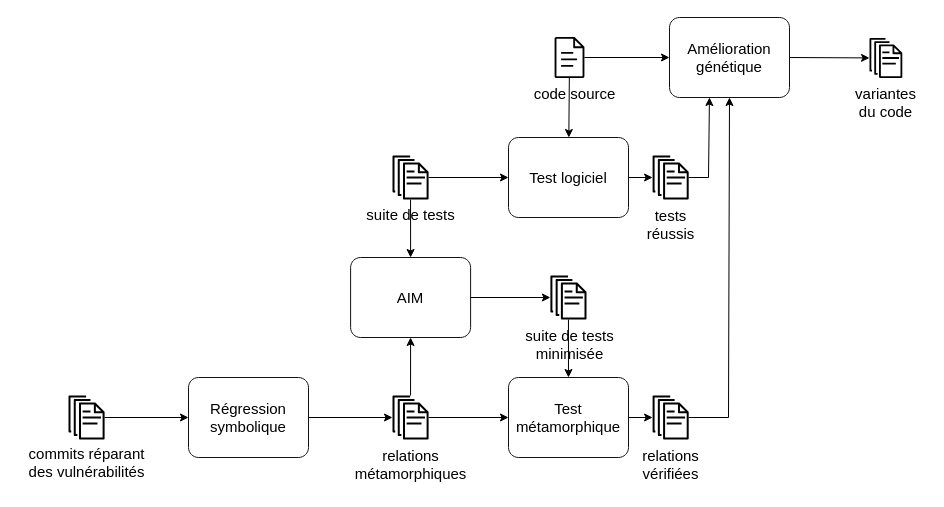
yoann-marquer/Diagrams keeps this draw.io diagram as researchProject2025.drawio. Above is the earlier version. Source tidied: cells renumbered, new cells numbered last; positions are measured from the earlier drawing's top-left corner, leaving out a move shared by most shapes. Both pictures are drawn from the tidied source at 100%, with x=0, y=0 at pixel (16, 17).
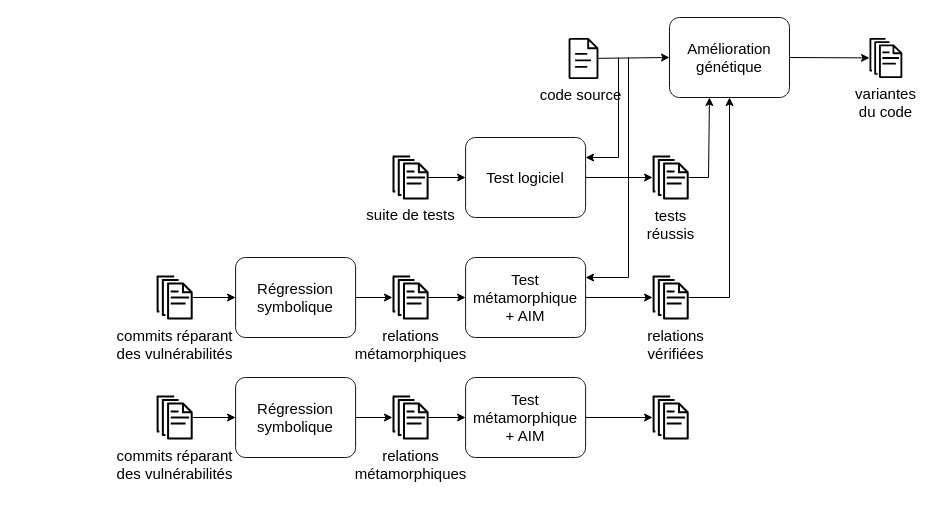
After the change.

The change refers to these unchanged cells:
```xml
<mxCell id="3" value="&lt;div&gt;Amélioration&lt;/div&gt;&lt;div&gt;génétique&lt;/div&gt;" style="points=[[0.25,0,0],[0.5,0,0],[0.75,0,0],[1,0.25,0],[1,0.5,0],[1,0.75,0],[0.75,1,0],[0.5,1,0],[0.25,1,0],[0,0.75,0],[0,0.5,0],[0,0.25,0]];shape=mxgraph.bpmn.task;whiteSpace=wrap;rectStyle=rounded;size=10;html=1;taskMarker=abstract;strokeColor=#121212;fontSize=15;fillColor=#FFFFFF;" parent="1" vertex="1">
  <mxGeometry x="653" width="120" height="80" as="geometry" />
</mxCell>
<mxCell id="10" style="sketch=0;outlineConnect=0;fontColor=#232F3E;gradientColor=none;fillColor=#000000;strokeColor=none;dashed=0;verticalLabelPosition=bottom;verticalAlign=top;align=center;html=1;fontSize=12;fontStyle=0;shape=mxgraph.aws4.documents;" parent="1" vertex="1">
  <mxGeometry x="376" y="138" width="36.1" height="44" as="geometry" />
</mxCell>
```

What changed in the source:
```diff
@@
     <mxCell id="2" style="sketch=0;outlineConnect=0;fontColor=#232F3E;gradientColor=none;fillColor=light-dark(#000000, #bec8d4);strokeColor=none;dashed=0;verticalLabelPosition=bottom;verticalAlign=top;align=center;html=1;fontSize=12;fontStyle=0;shape=mxgraph.aws4.document;" parent="1" vertex="1">
-      <mxGeometry x="538" y="19.5" width="30" height="41" as="geometry" />
+      <mxGeometry x="552" y="20.5" width="30" height="41" as="geometry" />
     </mxCell>
@@
     <mxCell id="7" value="code source" style="text;html=1;align=center;verticalAlign=middle;strokeColor=none;fillColor=none;fontSize=15;" parent="1" vertex="1">
-      <mxGeometry x="503" y="60.5" width="110" height="30" as="geometry" />
+      <mxGeometry x="509.1" y="61.5" width="110" height="30" as="geometry" />
     </mxCell>
@@
     <mxCell id="9" value="Test logiciel" style="points=[[0.25,0,0],[0.5,0,0],[0.75,0,0],[1,0.25,0],[1,0.5,0],[1,0.75,0],[0.75,1,0],[0.5,1,0],[0.25,1,0],[0,0.75,0],[0,0.5,0],[0,0.25,0]];shape=mxgraph.bpmn.task;whiteSpace=wrap;rectStyle=rounded;size=10;html=1;taskMarker=abstract;strokeColor=#121212;fontSize=15;fillColor=#FFFFFF;" parent="1" vertex="1">
-      <mxGeometry x="492" y="120" width="120" height="80" as="geometry" />
+      <mxGeometry x="449.1" y="120" width="120" height="80" as="geometry" />
     </mxCell>
@@
-    <mxCell id="13" value="Test métamorphique" style="points=[[0.25,0,0],[0.5,0,0],[0.75,0,0],[1,0.25,0],[1,0.5,0],[1,0.75,0],[0.75,1,0],[0.5,1,0],[0.25,1,0],[0,0.75,0],[0,0.5,0],[0,0.25,0]];shape=mxgraph.bpmn.task;whiteSpace=wrap;rectStyle=rounded;size=10;html=1;taskMarker=abstract;strokeColor=#121212;fontSize=15;fillColor=#FFFFFF;" parent="1" vertex="1">
-      <mxGeometry x="492" y="360" width="120" height="80" as="geometry" />
+    <mxCell id="13" value="Test métamorphique&lt;br&gt;+ AIM" style="points=[[0.25,0,0],[0.5,0,0],[0.75,0,0],[1,0.25,0],[1,0.5,0],[1,0.75,0],[0.75,1,0],[0.5,1,0],[0.25,1,0],[0,0.75,0],[0,0.5,0],[0,0.25,0]];shape=mxgraph.bpmn.task;whiteSpace=wrap;rectStyle=rounded;size=10;html=1;taskMarker=abstract;strokeColor=#121212;fontSize=15;fillColor=#FFFFFF;" parent="1" vertex="1">
+      <mxGeometry x="449.1" y="240" width="120" height="80" as="geometry" />
     </mxCell>
     <mxCell id="14" style="sketch=0;outlineConnect=0;fontColor=#232F3E;gradientColor=none;fillColor=#000000;strokeColor=none;dashed=0;verticalLabelPosition=bottom;verticalAlign=top;align=center;html=1;fontSize=12;fontStyle=0;shape=mxgraph.aws4.documents;" parent="1" vertex="1">
-      <mxGeometry x="376" y="378" width="36.1" height="44" as="geometry" />
+      <mxGeometry x="376" y="258" width="36.1" height="44" as="geometry" />
     </mxCell>
@@
     <mxCell id="16" value="&lt;div&gt;relations&lt;/div&gt;&lt;div&gt;métamorphiques&lt;/div&gt;" style="text;html=1;align=center;verticalAlign=middle;strokeColor=none;fillColor=none;fontSize=15;" parent="1" vertex="1">
-      <mxGeometry x="324.1" y="422" width="140" height="50" as="geometry" />
+      <mxGeometry x="324.1" y="302" width="140" height="50" as="geometry" />
     </mxCell>
     <mxCell id="17" value="Régression symbolique" style="points=[[0.25,0,0],[0.5,0,0],[0.75,0,0],[1,0.25,0],[1,0.5,0],[1,0.75,0],[0.75,1,0],[0.5,1,0],[0.25,1,0],[0,0.75,0],[0,0.5,0],[0,0.25,0]];shape=mxgraph.bpmn.task;whiteSpace=wrap;rectStyle=rounded;size=10;html=1;taskMarker=abstract;strokeColor=#121212;fontSize=15;fillColor=#FFFFFF;" parent="1" vertex="1">
-      <mxGeometry x="172" y="360" width="120" height="80" as="geometry" />
+      <mxGeometry x="219.1" y="240" width="120" height="80" as="geometry" />
     </mxCell>
@@
     <mxCell id="19" style="sketch=0;outlineConnect=0;fontColor=#232F3E;gradientColor=none;fillColor=#000000;strokeColor=none;dashed=0;verticalLabelPosition=bottom;verticalAlign=top;align=center;html=1;fontSize=12;fontStyle=0;shape=mxgraph.aws4.documents;" parent="1" vertex="1">
-      <mxGeometry x="52" y="378" width="36.1" height="44" as="geometry" />
+      <mxGeometry x="140.1" y="258" width="36.1" height="44" as="geometry" />
     </mxCell>
@@
     <mxCell id="21" value="&lt;div&gt;commits réparant&lt;/div&gt;&lt;div&gt;des vulnérabilités&lt;/div&gt;" style="text;html=1;align=center;verticalAlign=middle;strokeColor=none;fillColor=none;fontSize=15;" parent="1" vertex="1">
-      <mxGeometry x="0.1" y="420" width="140" height="50" as="geometry" />
+      <mxGeometry x="88.1" y="302" width="140" height="50" as="geometry" />
     </mxCell>
-    <mxCell id="22" value="AIM" style="points=[[0.25,0,0],[0.5,0,0],[0.75,0,0],[1,0.25,0],[1,0.5,0],[1,0.75,0],[0.75,1,0],[0.5,1,0],[0.25,1,0],[0,0.75,0],[0,0.5,0],[0,0.25,0]];shape=mxgraph.bpmn.task;whiteSpace=wrap;rectStyle=rounded;size=10;html=1;taskMarker=abstract;strokeColor=#121212;fontSize=15;fillColor=#FFFFFF;" parent="1" vertex="1">
-      <mxGeometry x="334.1" y="240" width="120" height="80" as="geometry" />
-    </mxCell>
-    <mxCell id="23" style="endArrow=classic;html=1;rounded=0;entryX=0.5;entryY=0;entryDx=0;entryDy=0;entryPerimeter=0;" parent="1" edge="1" source="10" target="22">
-      <mxGeometry relative="1" as="geometry" />
-    </mxCell>
-    <mxCell id="24" style="sketch=0;outlineConnect=0;fontColor=#232F3E;gradientColor=none;fillColor=#000000;strokeColor=none;dashed=0;verticalLabelPosition=bottom;verticalAlign=top;align=center;html=1;fontSize=12;fontStyle=0;shape=mxgraph.aws4.documents;" parent="1" vertex="1">
-      <mxGeometry x="533.9" y="258" width="36.1" height="44" as="geometry" />
-    </mxCell>
-    <mxCell id="25" value="&lt;div&gt;suite de tests&lt;/div&gt;&lt;div&gt;minimisée&lt;/div&gt;" style="text;html=1;align=center;verticalAlign=middle;strokeColor=none;fillColor=none;fontSize=15;" parent="1" vertex="1">
-      <mxGeometry x="498" y="302" width="110" height="50" as="geometry" />
-    </mxCell>
-    <mxCell id="26" style="endArrow=classic;html=1;rounded=0;exitX=1;exitY=0.5;exitDx=0;exitDy=0;exitPerimeter=0;" parent="1" edge="1" source="22" target="24">
-      <mxGeometry relative="1" as="geometry" />
-    </mxCell>
-    <mxCell id="27" style="endArrow=classic;html=1;rounded=0;" parent="1" edge="1" source="24" target="13">
-      <mxGeometry relative="1" as="geometry" />
-    </mxCell>
-    <mxCell id="28" style="endArrow=classic;html=1;rounded=0;" parent="1" edge="1" source="14" target="22">
-      <mxGeometry relative="1" as="geometry" />
-    </mxCell>
@@
-    <mxCell id="32" style="endArrow=classic;html=1;rounded=0;" parent="1" edge="1" source="2" target="9">
-      <mxGeometry relative="1" as="geometry" />
+    <mxCell id="32" style="endArrow=classic;html=1;rounded=0;entryX=1;entryY=0.25;entryDx=0;entryDy=0;entryPerimeter=0;" parent="1" edge="1" target="9">
+      <mxGeometry relative="1" as="geometry">
+        <mxPoint x="602" y="40" as="sourcePoint" />
+        <Array as="points">
+          <mxPoint x="602" y="140" />
+        </Array>
+      </mxGeometry>
     </mxCell>
@@
     <mxCell id="34" style="sketch=0;outlineConnect=0;fontColor=#232F3E;gradientColor=none;fillColor=#000000;strokeColor=none;dashed=0;verticalLabelPosition=bottom;verticalAlign=top;align=center;html=1;fontSize=12;fontStyle=0;shape=mxgraph.aws4.documents;" parent="1" vertex="1">
-      <mxGeometry x="636.1" y="378" width="36.1" height="44" as="geometry" />
+      <mxGeometry x="636.1" y="258" width="36.1" height="44" as="geometry" />
     </mxCell>
@@
     <mxCell id="36" value="&lt;div&gt;relations&lt;/div&gt;&lt;div&gt;vérifiées&lt;/div&gt;" style="text;html=1;align=center;verticalAlign=middle;strokeColor=none;fillColor=none;fontSize=15;" parent="1" vertex="1">
-      <mxGeometry x="614.1" y="422" width="80" height="50" as="geometry" />
+      <mxGeometry x="619.1" y="302" width="80" height="50" as="geometry" />
     </mxCell>
     <mxCell id="37" style="endArrow=classic;html=1;rounded=0;entryX=0.5;entryY=1;entryDx=0;entryDy=0;entryPerimeter=0;" parent="1" edge="1" source="34" target="3">
       <mxGeometry relative="1" as="geometry">
         <Array as="points">
-          <mxPoint x="712" y="400" />
+          <mxPoint x="713" y="280" />
         </Array>
       </mxGeometry>
     </mxCell>
+    <mxCell id="38" style="endArrow=classic;html=1;rounded=0;entryX=1;entryY=0.25;entryDx=0;entryDy=0;entryPerimeter=0;" parent="1" edge="1" target="13">
+      <mxGeometry relative="1" as="geometry">
+        <mxPoint x="612" y="40" as="sourcePoint" />
+        <Array as="points">
+          <mxPoint x="612" y="260" />
+        </Array>
+      </mxGeometry>
+    </mxCell>
+    <mxCell id="39" value="Test métamorphique&lt;br&gt;+ AIM" style="points=[[0.25,0,0],[0.5,0,0],[0.75,0,0],[1,0.25,0],[1,0.5,0],[1,0.75,0],[0.75,1,0],[0.5,1,0],[0.25,1,0],[0,0.75,0],[0,0.5,0],[0,0.25,0]];shape=mxgraph.bpmn.task;whiteSpace=wrap;rectStyle=rounded;size=10;html=1;taskMarker=abstract;strokeColor=#121212;fontSize=15;fillColor=#FFFFFF;" parent="1" vertex="1">
+      <mxGeometry x="449.1" y="360" width="120" height="80" as="geometry" />
+    </mxCell>
+    <mxCell id="40" style="sketch=0;outlineConnect=0;fontColor=#232F3E;gradientColor=none;fillColor=#000000;strokeColor=none;dashed=0;verticalLabelPosition=bottom;verticalAlign=top;align=center;html=1;fontSize=12;fontStyle=0;shape=mxgraph.aws4.documents;" parent="1" vertex="1">
+      <mxGeometry x="376" y="378" width="36.1" height="44" as="geometry" />
+    </mxCell>
+    <mxCell id="41" style="endArrow=classic;html=1;rounded=0;entryX=0;entryY=0.5;entryDx=0;entryDy=0;entryPerimeter=0;" parent="1" edge="1" source="40" target="39">
+      <mxGeometry relative="1" as="geometry" />
+    </mxCell>
+    <mxCell id="42" value="&lt;div&gt;relations&lt;/div&gt;&lt;div&gt;métamorphiques&lt;/div&gt;" style="text;html=1;align=center;verticalAlign=middle;strokeColor=none;fillColor=none;fontSize=15;" parent="1" vertex="1">
+      <mxGeometry x="324.1" y="422" width="140" height="50" as="geometry" />
+    </mxCell>
+    <mxCell id="43" value="Régression symbolique" style="points=[[0.25,0,0],[0.5,0,0],[0.75,0,0],[1,0.25,0],[1,0.5,0],[1,0.75,0],[0.75,1,0],[0.5,1,0],[0.25,1,0],[0,0.75,0],[0,0.5,0],[0,0.25,0]];shape=mxgraph.bpmn.task;whiteSpace=wrap;rectStyle=rounded;size=10;html=1;taskMarker=abstract;strokeColor=#121212;fontSize=15;fillColor=#FFFFFF;" parent="1" vertex="1">
+      <mxGeometry x="219.1" y="360" width="120" height="80" as="geometry" />
+    </mxCell>
+    <mxCell id="44" style="endArrow=classic;html=1;rounded=0;exitX=1;exitY=0.5;exitDx=0;exitDy=0;exitPerimeter=0;" parent="1" edge="1" source="43" target="40">
+      <mxGeometry relative="1" as="geometry" />
+    </mxCell>
+    <mxCell id="45" style="sketch=0;outlineConnect=0;fontColor=#232F3E;gradientColor=none;fillColor=#000000;strokeColor=none;dashed=0;verticalLabelPosition=bottom;verticalAlign=top;align=center;html=1;fontSize=12;fontStyle=0;shape=mxgraph.aws4.documents;" parent="1" vertex="1">
+      <mxGeometry x="140.1" y="378" width="36.1" height="44" as="geometry" />
+    </mxCell>
+    <mxCell id="46" style="endArrow=classic;html=1;rounded=0;entryX=0;entryY=0.5;entryDx=0;entryDy=0;entryPerimeter=0;" parent="1" edge="1" source="45" target="43">
+      <mxGeometry relative="1" as="geometry" />
+    </mxCell>
+    <mxCell id="47" value="&lt;div&gt;commits réparant&lt;/div&gt;&lt;div&gt;des vulnérabilités&lt;/div&gt;" style="text;html=1;align=center;verticalAlign=middle;strokeColor=none;fillColor=none;fontSize=15;" parent="1" vertex="1">
+      <mxGeometry x="88.1" y="422" width="140" height="50" as="geometry" />
+    </mxCell>
+    <mxCell id="48" style="sketch=0;outlineConnect=0;fontColor=#232F3E;gradientColor=none;fillColor=#000000;strokeColor=none;dashed=0;verticalLabelPosition=bottom;verticalAlign=top;align=center;html=1;fontSize=12;fontStyle=0;shape=mxgraph.aws4.documents;" parent="1" vertex="1">
+      <mxGeometry x="636.1" y="378" width="36.1" height="44" as="geometry" />
+    </mxCell>
+    <mxCell id="49" style="endArrow=classic;html=1;rounded=0;" parent="1" edge="1" source="39" target="48">
+      <mxGeometry relative="1" as="geometry" />
+    </mxCell>
```
